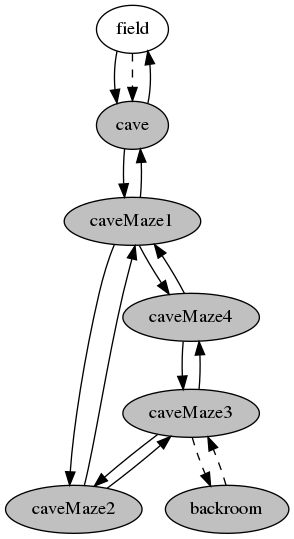
Earlier version of the Graphviz export map.png (ShortRibs11/TextBasedAdventureGame). Its source is kept beside it as map.gv.
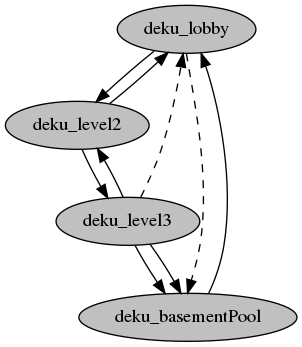
Later version of the same file.

What changed in the source:
```diff
@@ -1,19 +1,12 @@
 digraph map {
 	node [style=filled, fillcolor=grey]
-	field [fillcolor=white]
-	cave -> caveMaze1
-	caveMaze1 -> cave
-	caveMaze1 -> caveMaze2
-	caveMaze2 -> caveMaze3
-	caveMaze3 -> caveMaze4
-	caveMaze4 -> caveMaze1
-	caveMaze1 -> caveMaze4
-	caveMaze4 -> caveMaze3
-	caveMaze3 -> caveMaze2
-	caveMaze2 -> caveMaze1
-	field -> cave
-	field -> cave [style=dashed]
-	cave -> field
-	caveMaze3 -> backroom [style=dashed]
-	backroom -> caveMaze3 [style=dashed]
+	deku_lobby -> deku_level2
+	deku_level2 -> deku_lobby
+	deku_level2 -> deku_level3
+	deku_level3 -> deku_level2
+	deku_level3 -> deku_basementPool
+	deku_level3 -> deku_lobby [style=dashed]
+	deku_level3 -> deku_basementPool
+	deku_basementPool -> deku_lobby
+	deku_lobby -> deku_basementPool [style=dashed]
 }
```
